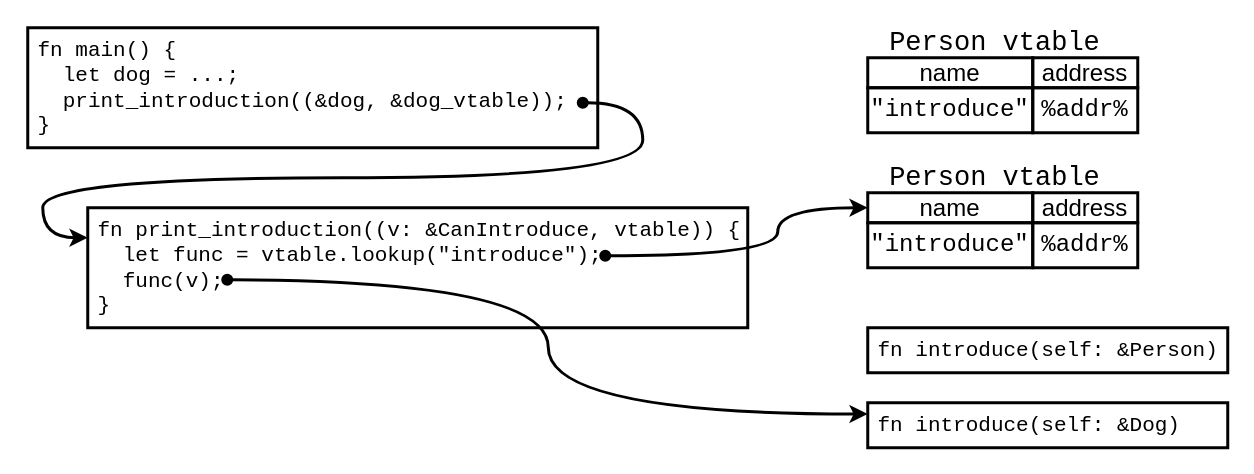
The draw.io diagram drawio/rust-basics/traits_dynamic_dispatch.drawio in snorochevskiy/rust-for-backend-devs, before the edit. Source tidied: cells renumbered, new cells numbered last; positions are measured from the earlier drawing's top-left corner, leaving out a move shared by most shapes. Both pictures are drawn from the tidied source at 150%, with x=0, y=0 at pixel (27, 27).
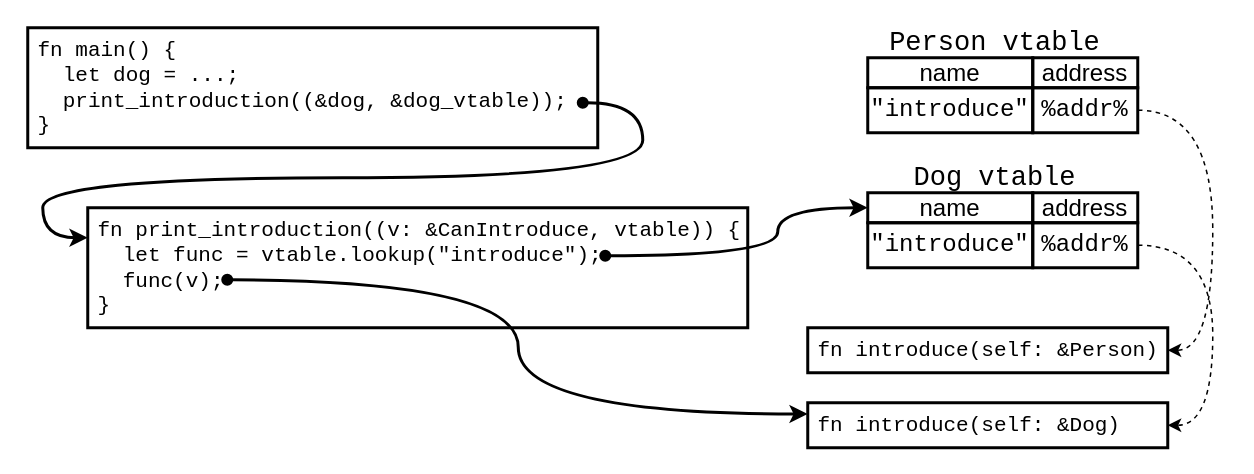
After the change.

The change refers to these unchanged cells:
```xml
<mxCell id="7" value="&lt;font style=&quot;font-size: 16px;&quot; face=&quot;Courier New&quot;&gt;%addr%&lt;/font&gt;" style="rounded=0;whiteSpace=wrap;html=1;fillColor=none;strokeWidth=2;" parent="1" vertex="1">
  <mxGeometry x="670" y="40" width="70" height="30" as="geometry" />
</mxCell>
<mxCell id="12" value="&lt;font style=&quot;font-size: 16px;&quot; face=&quot;Courier New&quot;&gt;%addr%&lt;/font&gt;" style="rounded=0;whiteSpace=wrap;html=1;fillColor=none;strokeWidth=2;" parent="1" vertex="1">
  <mxGeometry x="670" y="130" width="70" height="30" as="geometry" />
</mxCell>
```

The edit, as a diff of the source:
```diff
@@
+    <mxCell id="19" style="edgeStyle=orthogonalEdgeStyle;rounded=0;jettySize=auto;html=1;exitX=1;exitY=0.5;exitDx=0;exitDy=0;entryX=1;entryY=0.5;entryDx=0;entryDy=0;curved=1;dashed=1;" parent="1" edge="1" source="7" target="14">
+      <mxGeometry relative="1" as="geometry">
+        <Array as="points">
+          <mxPoint x="790" y="55" />
+          <mxPoint x="790" y="215" />
+        </Array>
+      </mxGeometry>
+    </mxCell>
@@
+    <mxCell id="20" style="edgeStyle=orthogonalEdgeStyle;rounded=0;jettySize=auto;html=1;exitX=1;exitY=0.5;exitDx=0;exitDy=0;entryX=1;entryY=0.5;entryDx=0;entryDy=0;curved=1;dashed=1;" parent="1" edge="1" source="12" target="15">
+      <mxGeometry relative="1" as="geometry">
+        <Array as="points">
+          <mxPoint x="790" y="145" />
+          <mxPoint x="790" y="265" />
+        </Array>
+      </mxGeometry>
+    </mxCell>
@@
-    <mxCell id="13" value="&lt;font face=&quot;Courier New&quot; style=&quot;font-size: 18px;&quot;&gt;Person vtable&lt;/font&gt;" style="text;html=1;whiteSpace=wrap;strokeColor=none;fillColor=none;align=center;verticalAlign=middle;rounded=0;" parent="1" vertex="1">
+    <mxCell id="13" value="&lt;font face=&quot;Courier New&quot; style=&quot;font-size: 18px;&quot;&gt;Dog vtable&lt;/font&gt;" style="text;html=1;whiteSpace=wrap;strokeColor=none;fillColor=none;align=center;verticalAlign=middle;rounded=0;" parent="1" vertex="1">
       <mxGeometry x="560" y="90" width="170" height="20" as="geometry" />
     </mxCell>
     <mxCell id="14" value="&lt;div align=&quot;left&quot;&gt;&lt;font face=&quot;Courier New&quot; style=&quot;font-size: 14px;&quot;&gt;fn introduce(self: &amp;amp;Person)&lt;/font&gt;&lt;/div&gt;" style="rounded=0;whiteSpace=wrap;html=1;align=left;strokeWidth=2;verticalAlign=top;spacingLeft=5;fillColor=none;" parent="1" vertex="1">
-      <mxGeometry x="560" y="200" width="240" height="30" as="geometry" />
+      <mxGeometry x="520" y="200" width="240" height="30" as="geometry" />
     </mxCell>
     <mxCell id="15" value="&lt;div align=&quot;left&quot;&gt;&lt;font face=&quot;Courier New&quot; style=&quot;font-size: 14px;&quot;&gt;fn introduce(self: &amp;amp;Dog)&lt;/font&gt;&lt;/div&gt;" style="rounded=0;whiteSpace=wrap;html=1;align=left;strokeWidth=2;verticalAlign=top;spacingLeft=5;fillColor=none;" parent="1" vertex="1">
-      <mxGeometry x="560" y="250" width="240" height="30" as="geometry" />
+      <mxGeometry x="520" y="250" width="240" height="30" as="geometry" />
     </mxCell>
```
